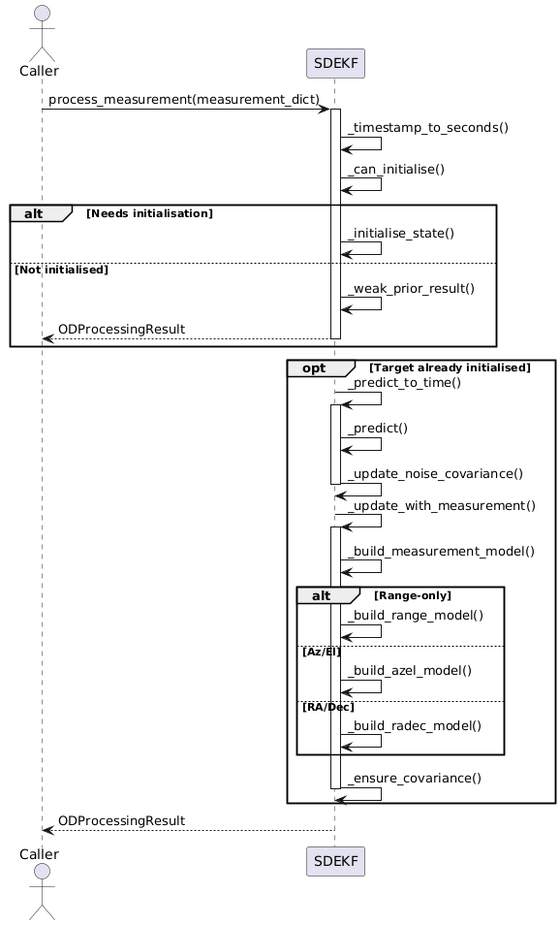
Earlier version of the PlantUML export images/od_sequence_diagram.png (bprobert97/accord). Source of this version:
```plantuml
@startuml
actor Caller

Caller -> SDEKF: process_measurement(measurement_dict)

activate SDEKF
SDEKF -> SDEKF: _timestamp_to_seconds()
SDEKF -> SDEKF: _can_initialise()

alt Needs initialisation
    SDEKF -> SDEKF: _initialise_state()
else Not initialised
    SDEKF -> SDEKF: _weak_prior_result()
    return ODProcessingResult
end

opt Target already initialised
    SDEKF -> SDEKF: _predict_to_time()
    activate SDEKF
    SDEKF -> SDEKF: _predict()
    SDEKF -> SDEKF: _update_noise_covariance()
    deactivate SDEKF

    SDEKF -> SDEKF: _update_with_measurement()
    activate SDEKF
    SDEKF -> SDEKF: _build_measurement_model()

    alt Range-only
        SDEKF -> SDEKF: _build_range_model()
    else Az/El
        SDEKF -> SDEKF: _build_azel_model()
    else RA/Dec
        SDEKF -> SDEKF: _build_radec_model()
    end
    SDEKF -> SDEKF: _ensure_covariance()
    deactivate SDEKF
end

SDEKF --> Caller: ODProcessingResult
deactivate SDEKF
@enduml
```
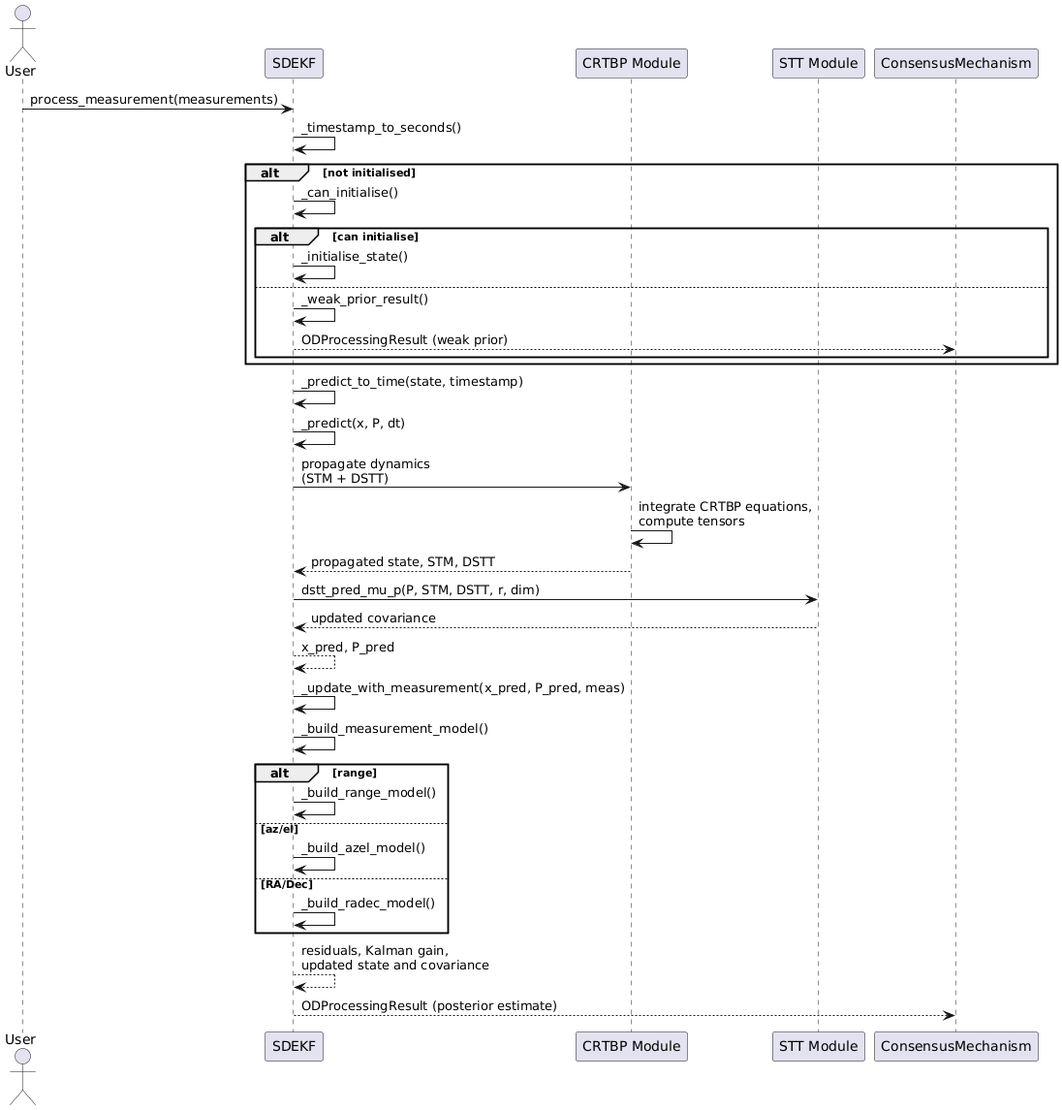
The same diagram one commit later.

Commit message:
Update diagrams for more detailed structure

The edit, as a diff of the source:
```diff
@@ -1,41 +1,48 @@
 @startuml
-actor Caller
+actor User
+participant "SDEKF" as F
+participant "CRTBP Module" as C
+participant "STT Module" as T
+participant "ConsensusMechanism" as CM
 
-Caller -> SDEKF: process_measurement(measurement_dict)
+User -> F: process_measurement(measurements)
 
-activate SDEKF
-SDEKF -> SDEKF: _timestamp_to_seconds()
-SDEKF -> SDEKF: _can_initialise()
+F -> F: _timestamp_to_seconds()
 
-alt Needs initialisation
-    SDEKF -> SDEKF: _initialise_state()
-else Not initialised
-    SDEKF -> SDEKF: _weak_prior_result()
-    return ODProcessingResult
+alt not initialised
+  F -> F: _can_initialise()
+  alt can initialise
+    F -> F: _initialise_state()
+  else
+    F -> F: _weak_prior_result()
+    F --> CM: ODProcessingResult (weak prior)
+  end
 end
 
-opt Target already initialised
-    SDEKF -> SDEKF: _predict_to_time()
-    activate SDEKF
-    SDEKF -> SDEKF: _predict()
-    SDEKF -> SDEKF: _update_noise_covariance()
-    deactivate SDEKF
+F -> F: _predict_to_time(state, timestamp)
+F -> F: _predict(x, P, dt)
 
-    SDEKF -> SDEKF: _update_with_measurement()
-    activate SDEKF
-    SDEKF -> SDEKF: _build_measurement_model()
+F -> C: propagate dynamics\n(STM + DSTT)
+C -> C: integrate CRTBP equations,\ncompute tensors
+C --> F: propagated state, STM, DSTT
 
-    alt Range-only
-        SDEKF -> SDEKF: _build_range_model()
-    else Az/El
-        SDEKF -> SDEKF: _build_azel_model()
-    else RA/Dec
-        SDEKF -> SDEKF: _build_radec_model()
-    end
-    SDEKF -> SDEKF: _ensure_covariance()
-    deactivate SDEKF
+F -> T: dstt_pred_mu_p(P, STM, DSTT, r, dim)
+T --> F: updated covariance
+
+F --> F: x_pred, P_pred
+
+F -> F: _update_with_measurement(x_pred, P_pred, meas)
+F -> F: _build_measurement_model()
+
+alt range
+  F -> F: _build_range_model()
+else az/el
+  F -> F: _build_azel_model()
+else RA/Dec
+  F -> F: _build_radec_model()
 end
 
-SDEKF --> Caller: ODProcessingResult
-deactivate SDEKF
+F --> F: residuals, Kalman gain,\nupdated state and covariance
+
+F --> CM: ODProcessingResult (posterior estimate)
 @enduml
```
